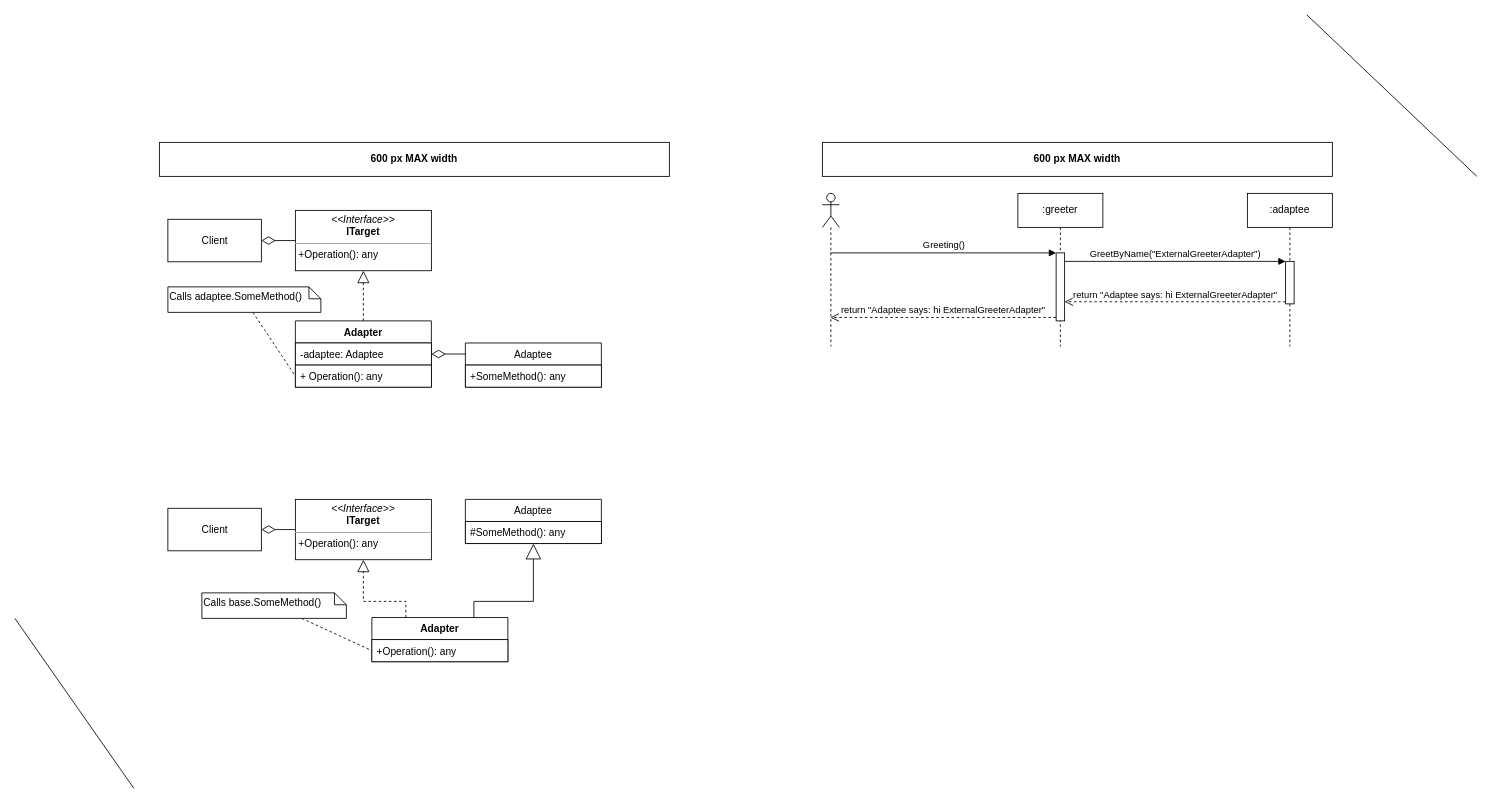
Above: page "Adapter" (3 of 4) of Diagrams/Decorator, Composite, Adapter, Facade.drawio in PacktPublishing/Architecting-ASP.NET-Core-Applications-3E (draw.io), before the change. Source tidied: cells renumbered, new cells numbered last; positions are measured from the earlier drawing's top-left corner, leaving out a move shared by most shapes. Both pictures are drawn from the tidied source at 85%, with x=0, y=0 at pixel (14, 14).
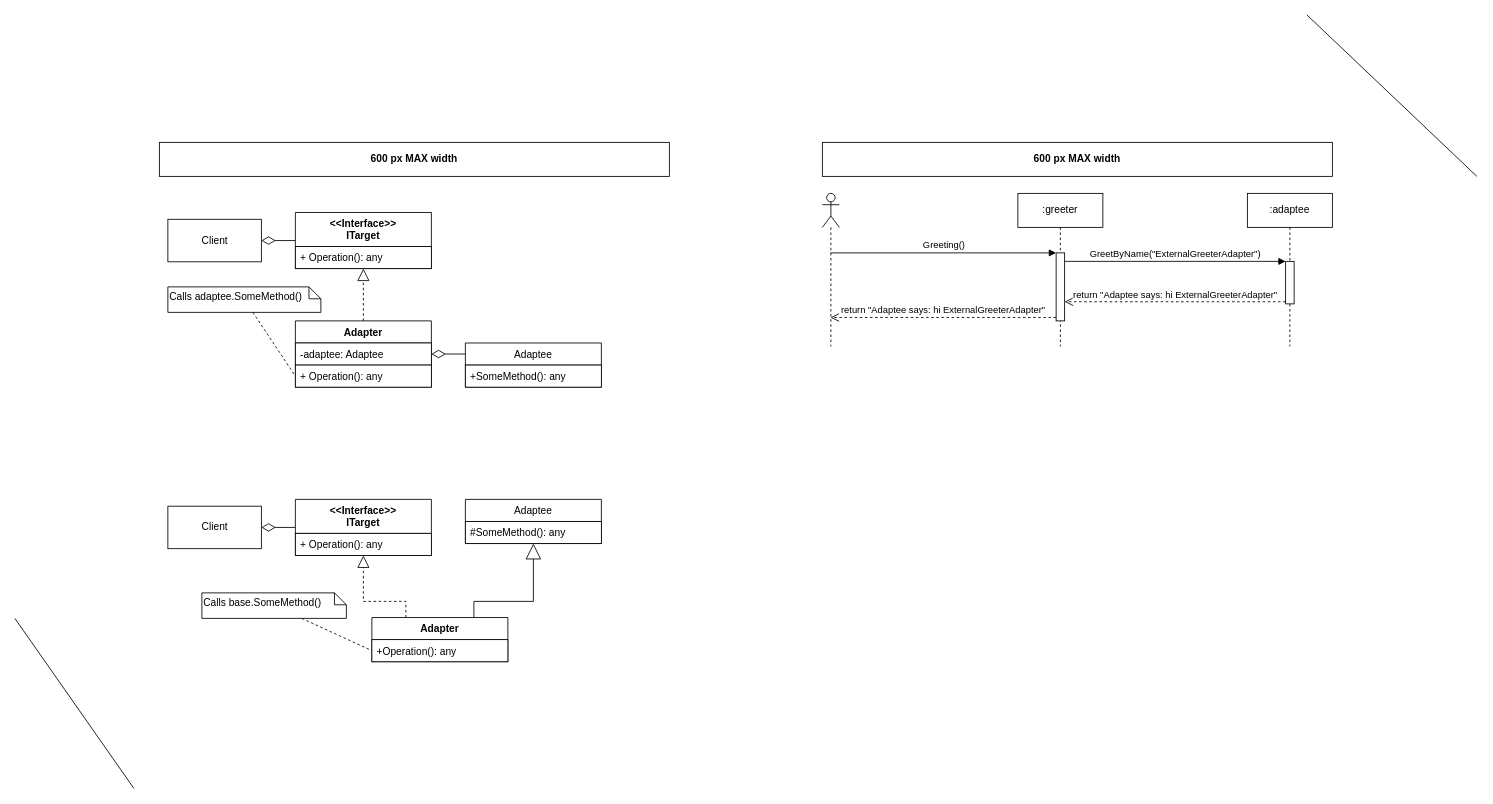
After the change.

The change refers to these unchanged cells:
```xml
<mxCell id="2" value="Client" style="html=1;" parent="1" vertex="1">
  <mxGeometry x="180" y="240.5" width="110" height="50" as="geometry" />
</mxCell>
<mxCell id="9" value="Adapter" style="swimlane;fontStyle=1;align=center;verticalAlign=top;horizontal=1;startSize=26;fillColor=default;strokeColor=default;swimlaneFillColor=default;" parent="1" vertex="1">
  <mxGeometry x="330" y="360" width="160" height="78" as="geometry" />
</mxCell>
<mxCell id="18" value="Adapter" style="swimlane;fontStyle=1;align=center;verticalAlign=top;horizontal=1;startSize=26;fillColor=default;strokeColor=default;swimlaneFillColor=default;" parent="1" vertex="1">
  <mxGeometry x="420" y="709" width="160" height="52" as="geometry" />
</mxCell>
```

Change to the diagram source:
```diff
@@
-    <mxCell id="5" value="&lt;p style=&quot;margin: 0px ; margin-top: 4px ; text-align: center&quot;&gt;&lt;i&gt;&amp;lt;&amp;lt;Interface&amp;gt;&amp;gt;&lt;/i&gt;&lt;br&gt;&lt;b&gt;ITarget&lt;/b&gt;&lt;/p&gt;&lt;hr size=&quot;1&quot;&gt;&lt;p style=&quot;margin: 0px ; margin-left: 4px&quot;&gt;&lt;/p&gt;&lt;p style=&quot;margin: 0px ; margin-left: 4px&quot;&gt;+Operation(): any&lt;br&gt;&lt;/p&gt;" style="verticalAlign=top;align=left;overflow=fill;fontSize=12;fontFamily=Helvetica;html=1;" parent="1" vertex="1">
-      <mxGeometry x="330" y="230" width="160" height="71" as="geometry" />
-    </mxCell>
@@
-    <mxCell id="7" style="endArrow=diamondThin;endFill=0;endSize=14;html=1;" parent="1" edge="1" source="5" target="2">
+    <mxCell id="7" style="endArrow=diamondThin;endFill=0;endSize=14;html=1;" parent="1" edge="1" source="38" target="2">
       <mxGeometry relative="1" as="geometry" />
     </mxCell>
-    <mxCell id="8" style="endArrow=block;dashed=1;endFill=0;endSize=12;html=1;" parent="1" edge="1" source="9" target="5">
+    <mxCell id="8" style="endArrow=block;dashed=1;endFill=0;endSize=12;html=1;" parent="1" edge="1" source="9" target="38">
       <mxGeometry relative="1" as="geometry" />
     </mxCell>
@@
     <mxCell id="12" value="Client" style="html=1;" parent="1" vertex="1">
-      <mxGeometry x="180" y="580.5" width="110" height="50" as="geometry" />
+      <mxGeometry x="180" y="578" width="110" height="50" as="geometry" />
     </mxCell>
@@
-    <mxCell id="15" value="&lt;p style=&quot;margin: 0px ; margin-top: 4px ; text-align: center&quot;&gt;&lt;i&gt;&amp;lt;&amp;lt;Interface&amp;gt;&amp;gt;&lt;/i&gt;&lt;br&gt;&lt;b&gt;ITarget&lt;/b&gt;&lt;/p&gt;&lt;hr size=&quot;1&quot;&gt;&lt;p style=&quot;margin: 0px ; margin-left: 4px&quot;&gt;&lt;/p&gt;&lt;p style=&quot;margin: 0px ; margin-left: 4px&quot;&gt;+Operation(): any&lt;br&gt;&lt;/p&gt;" style="verticalAlign=top;align=left;overflow=fill;fontSize=12;fontFamily=Helvetica;html=1;strokeColor=default;fillColor=default;perimeterSpacing=0;" parent="1" vertex="1">
-      <mxGeometry x="330" y="570" width="160" height="71" as="geometry" />
-    </mxCell>
-    <mxCell id="16" style="endArrow=diamondThin;endFill=0;endSize=14;html=1;" parent="1" edge="1" source="15" target="12">
+    <mxCell id="16" style="endArrow=diamondThin;endFill=0;endSize=14;html=1;" parent="1" edge="1" source="40" target="12">
       <mxGeometry relative="1" as="geometry" />
     </mxCell>
-    <mxCell id="17" style="endArrow=block;dashed=1;endFill=0;endSize=12;html=1;edgeStyle=orthogonalEdgeStyle;rounded=0;exitX=0.25;exitY=0;" parent="1" edge="1" source="18" target="15">
+    <mxCell id="17" style="endArrow=block;dashed=1;endFill=0;endSize=12;html=1;edgeStyle=orthogonalEdgeStyle;rounded=0;exitX=0.25;exitY=0;" parent="1" edge="1" source="18" target="40">
       <mxGeometry relative="1" as="geometry">
         <Array as="points">
           <mxPoint x="460" y="690" />
           <mxPoint x="410" y="690" />
         </Array>
       </mxGeometry>
     </mxCell>
@@
+    <mxCell id="38" value="&lt;&lt;Interface&gt;&gt;&#10;ITarget" style="swimlane;fontStyle=1;align=center;verticalAlign=top;horizontal=1;startSize=40;" parent="1" vertex="1">
+      <mxGeometry x="330" y="232.5" width="160" height="66" as="geometry" />
+    </mxCell>
+    <mxCell id="39" value="+ Operation(): any" style="text;strokeColor=default;fillColor=default;align=left;verticalAlign=top;spacingLeft=4;spacingRight=4;overflow=hidden;" parent="38" vertex="1">
+      <mxGeometry y="40" width="160" height="26" as="geometry" />
+    </mxCell>
+    <mxCell id="40" value="&lt;&lt;Interface&gt;&gt;&#10;ITarget" style="swimlane;fontStyle=1;align=center;verticalAlign=top;horizontal=1;startSize=40;" parent="1" vertex="1">
+      <mxGeometry x="330" y="570" width="160" height="66" as="geometry" />
+    </mxCell>
+    <mxCell id="41" value="+ Operation(): any" style="text;strokeColor=default;fillColor=default;align=left;verticalAlign=top;spacingLeft=4;spacingRight=4;overflow=hidden;" parent="40" vertex="1">
+      <mxGeometry y="40" width="160" height="26" as="geometry" />
+    </mxCell>
```
